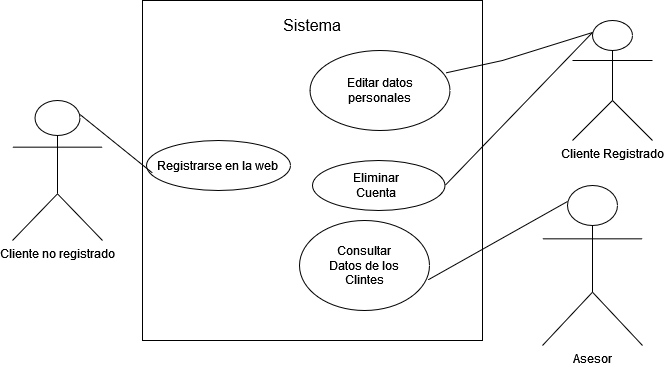
Earlier version of the draw.io export Proyecto en REM/image/CU01-clientes.png (TheNeoStormZ/super-REMORY). Source tidied: cells renumbered, new cells last; positions are measured from the earlier drawing's top-left corner, leaving out a move shared by most shapes.
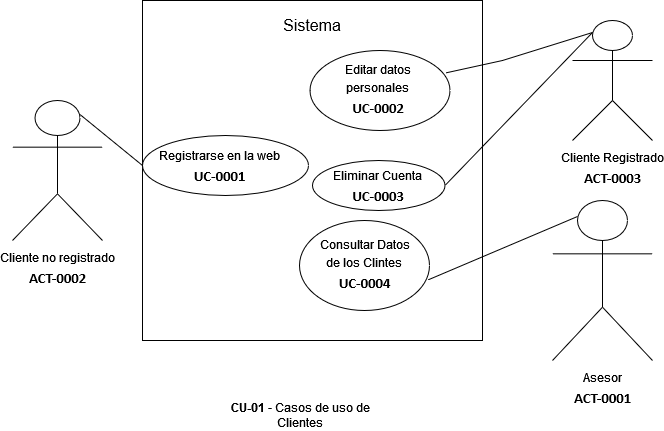
The same file after the commit.

Change to the diagram source:
```diff
@@ -8,54 +8,57 @@
     <mxCell id="3" value="&lt;font style=&quot;font-size: 16px&quot;&gt;Sistema&lt;/font&gt;" style="text;html=1;strokeColor=none;fillColor=none;align=center;verticalAlign=middle;whiteSpace=wrap;rounded=0;" parent="1" vertex="1">
       <mxGeometry x="270" y="10" width="60" height="30" as="geometry" />
     </mxCell>
-    <mxCell id="4" value="Asesor" style="shape=umlActor;verticalLabelPosition=bottom;verticalAlign=top;html=1;outlineConnect=0;" parent="1" vertex="1">
-      <mxGeometry x="530" y="185" width="100" height="160" as="geometry" />
-    </mxCell>
-    <mxCell id="5" value="Cliente no registrado" style="shape=umlActor;verticalLabelPosition=bottom;verticalAlign=top;html=1;outlineConnect=0;" parent="1" vertex="1">
-      <mxGeometry y="100" width="90" height="140" as="geometry" />
-    </mxCell>
-    <mxCell id="6" style="ellipse;whiteSpace=wrap;html=1;" parent="1" vertex="1">
-      <mxGeometry x="134" y="140" width="144" height="50" as="geometry" />
-    </mxCell>
-    <mxCell id="7" value="Registrarse en la web" style="text;html=1;strokeColor=none;fillColor=none;align=center;verticalAlign=middle;whiteSpace=wrap;rounded=0;" parent="1" vertex="1">
-      <mxGeometry x="140" y="150" width="130" height="30" as="geometry" />
-    </mxCell>
+    <mxCell id="19" value="&lt;div&gt;Asesor&lt;span style=&quot;font-size: 11pt ; line-height: 20.5042px ; font-family: &amp;#34;calibri&amp;#34; , &amp;#34;calibri_embeddedfont&amp;#34; , &amp;#34;calibri_msfontservice&amp;#34; , sans-serif ; font-weight: bold&quot; class=&quot;TextRun SCXW108666039 BCX2&quot; lang=&quot;ES-ES&quot;&gt;&lt;span class=&quot;NormalTextRun SCXW108666039 BCX2&quot;&gt;&lt;br&gt;&lt;/span&gt;&lt;/span&gt;&lt;/div&gt;&lt;div&gt;&lt;span style=&quot;font-size: 11pt ; line-height: 20.5042px ; font-family: &amp;#34;calibri&amp;#34; , &amp;#34;calibri_embeddedfont&amp;#34; , &amp;#34;calibri_msfontservice&amp;#34; , sans-serif ; font-weight: bold&quot; class=&quot;TextRun SCXW108666039 BCX2&quot; lang=&quot;ES-ES&quot;&gt;&lt;span class=&quot;NormalTextRun SCXW108666039 BCX2&quot;&gt;ACT-0001&lt;/span&gt;&lt;/span&gt;&lt;span class=&quot;EOP SCXW108666039 BCX2&quot; style=&quot;font-size: 11pt ; line-height: 20.5042px ; font-family: &amp;#34;calibri&amp;#34; , &amp;#34;calibri_embeddedfont&amp;#34; , &amp;#34;calibri_msfontservice&amp;#34; , sans-serif&quot;&gt; &lt;br&gt;&lt;/span&gt;&lt;/div&gt;" style="shape=umlActor;verticalLabelPosition=bottom;verticalAlign=top;html=1;outlineConnect=0;" parent="1" vertex="1">
+      <mxGeometry x="540" y="200" width="100" height="160" as="geometry" />
+    </mxCell>
+    <mxCell id="20" value="&lt;div&gt;Cliente no registrado&lt;span style=&quot;font-size: 11pt ; line-height: 20.5042px ; font-family: &amp;#34;calibri&amp;#34; , &amp;#34;calibri_embeddedfont&amp;#34; , &amp;#34;calibri_msfontservice&amp;#34; , sans-serif ; font-weight: bold&quot; class=&quot;TextRun SCXW150605091 BCX2&quot; lang=&quot;ES-ES&quot;&gt;&lt;span class=&quot;NormalTextRun SCXW150605091 BCX2&quot;&gt;&lt;br&gt;&lt;/span&gt;&lt;/span&gt;&lt;/div&gt;&lt;div&gt;&lt;span style=&quot;font-size: 11pt ; line-height: 20.5042px ; font-family: &amp;#34;calibri&amp;#34; , &amp;#34;calibri_embeddedfont&amp;#34; , &amp;#34;calibri_msfontservice&amp;#34; , sans-serif ; font-weight: bold&quot; class=&quot;TextRun SCXW150605091 BCX2&quot; lang=&quot;ES-ES&quot;&gt;&lt;span class=&quot;NormalTextRun SCXW150605091 BCX2&quot;&gt;ACT-000&lt;/span&gt;&lt;span class=&quot;NormalTextRun SCXW150605091 BCX2&quot;&gt;2&lt;/span&gt;&lt;/span&gt;&lt;span class=&quot;EOP SCXW150605091 BCX2&quot; style=&quot;font-size: 11pt ; line-height: 20.5042px ; font-family: &amp;#34;calibri&amp;#34; , &amp;#34;calibri_embeddedfont&amp;#34; , &amp;#34;calibri_msfontservice&amp;#34; , sans-serif&quot;&gt; &lt;br&gt;&lt;/span&gt;&lt;/div&gt;" style="shape=umlActor;verticalLabelPosition=bottom;verticalAlign=top;html=1;outlineConnect=0;" parent="1" vertex="1">
+      <mxGeometry y="100" width="90" height="140" as="geometry" />
+    </mxCell>
+    <mxCell id="21" style="ellipse;whiteSpace=wrap;html=1;" parent="1" vertex="1">
+      <mxGeometry x="130" y="135" width="166" height="60" as="geometry" />
+    </mxCell>
+    <mxCell id="22" value="&lt;div&gt;Registrarse en la web&lt;span style=&quot;font-size: 11pt ; line-height: 20.5042px ; font-family: &amp;#34;calibri&amp;#34; , &amp;#34;calibri_embeddedfont&amp;#34; , &amp;#34;calibri_msfontservice&amp;#34; , sans-serif ; font-weight: bold&quot; class=&quot;TextRun SCXW149724215 BCX2&quot; lang=&quot;ES-ES&quot;&gt;&lt;span class=&quot;NormalTextRun SCXW149724215 BCX2&quot;&gt;&lt;br&gt;&lt;/span&gt;&lt;/span&gt;&lt;/div&gt;&lt;div&gt;&lt;span style=&quot;font-size: 11pt ; line-height: 20.5042px ; font-family: &amp;#34;calibri&amp;#34; , &amp;#34;calibri_embeddedfont&amp;#34; , &amp;#34;calibri_msfontservice&amp;#34; , sans-serif ; font-weight: bold&quot; class=&quot;TextRun SCXW149724215 BCX2&quot; lang=&quot;ES-ES&quot;&gt;&lt;span class=&quot;NormalTextRun SCXW149724215 BCX2&quot;&gt;UC-0001&lt;/span&gt;&lt;/span&gt;&lt;span class=&quot;EOP SCXW149724215 BCX2&quot; style=&quot;font-size: 11pt ; line-height: 20.5042px ; font-family: &amp;#34;calibri&amp;#34; , &amp;#34;calibri_embeddedfont&amp;#34; , &amp;#34;calibri_msfontservice&amp;#34; , sans-serif&quot;&gt; &lt;br&gt;&lt;/span&gt;&lt;/div&gt;" style="text;html=1;strokeColor=none;fillColor=none;align=center;verticalAlign=middle;whiteSpace=wrap;rounded=0;" parent="1" vertex="1">
+      <mxGeometry x="137" y="152.5" width="141" height="25" as="geometry" />
+    </mxCell>
     <mxCell id="8" style="ellipse;whiteSpace=wrap;html=1;" parent="1" vertex="1">
       <mxGeometry x="287" y="220" width="130" height="90" as="geometry" />
     </mxCell>
-    <mxCell id="9" style="endArrow=none;html=1;rounded=0;entryX=0;entryY=0.75;entryDx=0;entryDy=0;exitX=0.75;exitY=0.1;exitDx=0;exitDy=0;exitPerimeter=0;" parent="1" edge="1" source="5" target="7">
-      <mxGeometry relative="1" as="geometry" />
-    </mxCell>
-    <mxCell id="10" style="endArrow=none;html=1;rounded=0;exitX=0.989;exitY=0.66;exitDx=0;exitDy=0;exitPerimeter=0;entryX=0.25;entryY=0.1;entryDx=0;entryDy=0;entryPerimeter=0;" parent="1" edge="1" source="8" target="4">
-      <mxGeometry relative="1" as="geometry" />
-    </mxCell>
-    <mxCell id="11" value="Consultar Datos de los Clintes" style="text;html=1;strokeColor=none;fillColor=none;align=center;verticalAlign=middle;whiteSpace=wrap;rounded=0;" parent="1" vertex="1">
-      <mxGeometry x="313" y="250" width="78" height="30" as="geometry" />
-    </mxCell>
-    <mxCell id="12" value="Cliente Registrado" style="shape=umlActor;verticalLabelPosition=bottom;verticalAlign=top;html=1;outlineConnect=0;" parent="1" vertex="1">
-      <mxGeometry x="560" y="20" width="80" height="120" as="geometry" />
-    </mxCell>
+    <mxCell id="23" style="endArrow=none;html=1;rounded=0;entryX=0;entryY=0.5;entryDx=0;entryDy=0;exitX=0.75;exitY=0.1;exitDx=0;exitDy=0;exitPerimeter=0;" parent="1" edge="1" source="20" target="21">
+      <mxGeometry relative="1" as="geometry" />
+    </mxCell>
+    <mxCell id="24" style="endArrow=none;html=1;rounded=0;exitX=0.989;exitY=0.66;exitDx=0;exitDy=0;exitPerimeter=0;entryX=0.25;entryY=0.1;entryDx=0;entryDy=0;entryPerimeter=0;" parent="1" edge="1" source="8" target="19">
+      <mxGeometry relative="1" as="geometry" />
+    </mxCell>
+    <mxCell id="25" value="&lt;div&gt;Consultar Datos de los Clintes&lt;span style=&quot;font-size: 11pt ; line-height: 20.5042px ; font-family: &amp;#34;calibri&amp;#34; , &amp;#34;calibri_embeddedfont&amp;#34; , &amp;#34;calibri_msfontservice&amp;#34; , sans-serif ; font-weight: bold&quot; class=&quot;TextRun SCXW30453713 BCX2&quot; lang=&quot;ES-ES&quot;&gt;&lt;span class=&quot;NormalTextRun SCXW30453713 BCX2&quot;&gt;&lt;br&gt;&lt;/span&gt;&lt;/span&gt;&lt;/div&gt;&lt;div&gt;&lt;span style=&quot;font-size: 11pt ; line-height: 20.5042px ; font-family: &amp;#34;calibri&amp;#34; , &amp;#34;calibri_embeddedfont&amp;#34; , &amp;#34;calibri_msfontservice&amp;#34; , sans-serif ; font-weight: bold&quot; class=&quot;TextRun SCXW30453713 BCX2&quot; lang=&quot;ES-ES&quot;&gt;&lt;span class=&quot;NormalTextRun SCXW30453713 BCX2&quot;&gt;UC-000&lt;/span&gt;&lt;span class=&quot;NormalTextRun SCXW30453713 BCX2&quot;&gt;4&lt;/span&gt;&lt;/span&gt;&lt;span class=&quot;EOP SCXW30453713 BCX2&quot; style=&quot;font-size: 11pt ; line-height: 20.5042px ; font-family: &amp;#34;calibri&amp;#34; , &amp;#34;calibri_embeddedfont&amp;#34; , &amp;#34;calibri_msfontservice&amp;#34; , sans-serif&quot;&gt; &lt;/span&gt;&lt;/div&gt;&lt;div&gt;&lt;span class=&quot;EOP SCXW30453713 BCX2&quot; style=&quot;font-size: 11pt ; line-height: 20.5042px ; font-family: &amp;#34;calibri&amp;#34; , &amp;#34;calibri_embeddedfont&amp;#34; , &amp;#34;calibri_msfontservice&amp;#34; , sans-serif&quot;&gt;&lt;/span&gt;&lt;/div&gt;" style="text;html=1;strokeColor=none;fillColor=none;align=center;verticalAlign=middle;whiteSpace=wrap;rounded=0;" parent="1" vertex="1">
+      <mxGeometry x="303.5" y="245" width="97" height="40" as="geometry" />
+    </mxCell>
+    <mxCell id="26" value="&lt;div&gt;Cliente Registrado&lt;span style=&quot;font-size: 11pt ; line-height: 20.5042px ; font-family: &amp;#34;calibri&amp;#34; , &amp;#34;calibri_embeddedfont&amp;#34; , &amp;#34;calibri_msfontservice&amp;#34; , sans-serif ; font-weight: bold&quot; class=&quot;TextRun SCXW131693088 BCX2&quot; lang=&quot;ES-ES&quot;&gt;&lt;span class=&quot;NormalTextRun SCXW131693088 BCX2&quot;&gt;&lt;br&gt;&lt;/span&gt;&lt;/span&gt;&lt;/div&gt;&lt;div&gt;&lt;span style=&quot;font-size: 11pt ; line-height: 20.5042px ; font-family: &amp;#34;calibri&amp;#34; , &amp;#34;calibri_embeddedfont&amp;#34; , &amp;#34;calibri_msfontservice&amp;#34; , sans-serif ; font-weight: bold&quot; class=&quot;TextRun SCXW131693088 BCX2&quot; lang=&quot;ES-ES&quot;&gt;&lt;span class=&quot;NormalTextRun SCXW131693088 BCX2&quot;&gt;ACT-00&lt;/span&gt;&lt;span class=&quot;NormalTextRun SCXW131693088 BCX2&quot;&gt;03&lt;/span&gt;&lt;/span&gt;&lt;span class=&quot;EOP SCXW131693088 BCX2&quot; style=&quot;font-size: 11pt ; line-height: 20.5042px ; font-family: &amp;#34;calibri&amp;#34; , &amp;#34;calibri_embeddedfont&amp;#34; , &amp;#34;calibri_msfontservice&amp;#34; , sans-serif&quot;&gt; &lt;br&gt;&lt;/span&gt;&lt;/div&gt;" style="shape=umlActor;verticalLabelPosition=bottom;verticalAlign=top;html=1;outlineConnect=0;" parent="1" vertex="1">
+      <mxGeometry x="560" y="20" width="80" height="120" as="geometry" />
+    </mxCell>
     <mxCell id="13" style="ellipse;whiteSpace=wrap;html=1;" parent="1" vertex="1">
       <mxGeometry x="297.5" y="50" width="140" height="80" as="geometry" />
     </mxCell>
-    <mxCell id="14" value="&lt;div&gt;Editar datos personales&lt;/div&gt;" style="text;html=1;strokeColor=none;fillColor=none;align=center;verticalAlign=middle;whiteSpace=wrap;rounded=0;" parent="1" vertex="1">
-      <mxGeometry x="320" y="65" width="95" height="50" as="geometry" />
-    </mxCell>
-    <mxCell id="15" style="endArrow=none;html=1;rounded=0;entryX=0.25;entryY=0.1;entryDx=0;entryDy=0;entryPerimeter=0;exitX=0.97;exitY=0.28;exitDx=0;exitDy=0;exitPerimeter=0;" parent="1" edge="1" source="13" target="12">
-      <mxGeometry relative="1" as="geometry">
-        <Array as="points">
-          <mxPoint x="490" y="60" />
-        </Array>
-      </mxGeometry>
-    </mxCell>
+    <mxCell id="27" value="&lt;div&gt;Editar datos personales&lt;span style=&quot;font-size: 11pt ; line-height: 20.5042px ; font-family: &amp;#34;calibri&amp;#34; , &amp;#34;calibri_embeddedfont&amp;#34; , &amp;#34;calibri_msfontservice&amp;#34; , sans-serif ; font-weight: bold&quot; class=&quot;TextRun SCXW127527250 BCX2&quot; lang=&quot;ES-ES&quot;&gt;&lt;span class=&quot;NormalTextRun SCXW127527250 BCX2&quot;&gt;&lt;br&gt;&lt;/span&gt;&lt;/span&gt;&lt;/div&gt;&lt;div&gt;&lt;span style=&quot;font-size: 11pt ; line-height: 20.5042px ; font-family: &amp;#34;calibri&amp;#34; , &amp;#34;calibri_embeddedfont&amp;#34; , &amp;#34;calibri_msfontservice&amp;#34; , sans-serif ; font-weight: bold&quot; class=&quot;TextRun SCXW127527250 BCX2&quot; lang=&quot;ES-ES&quot;&gt;&lt;span class=&quot;NormalTextRun SCXW127527250 BCX2&quot;&gt;UC-000&lt;/span&gt;&lt;span class=&quot;NormalTextRun SCXW127527250 BCX2&quot;&gt;2&lt;/span&gt;&lt;/span&gt;&lt;span class=&quot;EOP SCXW127527250 BCX2&quot; style=&quot;font-size: 11pt ; line-height: 20.5042px ; font-family: &amp;#34;calibri&amp;#34; , &amp;#34;calibri_embeddedfont&amp;#34; , &amp;#34;calibri_msfontservice&amp;#34; , sans-serif&quot;&gt; &lt;br&gt;&lt;/span&gt;&lt;/div&gt;" style="text;html=1;strokeColor=none;fillColor=none;align=center;verticalAlign=middle;whiteSpace=wrap;rounded=0;" parent="1" vertex="1">
+      <mxGeometry x="316.2" y="67.5" width="100" height="45" as="geometry" />
+    </mxCell>
+    <mxCell id="28" style="endArrow=none;html=1;rounded=0;entryX=0.25;entryY=0.1;entryDx=0;entryDy=0;entryPerimeter=0;exitX=0.97;exitY=0.28;exitDx=0;exitDy=0;exitPerimeter=0;" parent="1" edge="1" source="13" target="26">
+      <mxGeometry relative="1" as="geometry">
+        <Array as="points">
+          <mxPoint x="490" y="60" />
+        </Array>
+      </mxGeometry>
+    </mxCell>
+    <mxCell id="29" value="&lt;b&gt;CU-01&lt;/b&gt; - Casos de uso de Clientes" style="text;html=1;strokeColor=none;fillColor=none;align=center;verticalAlign=middle;whiteSpace=wrap;rounded=0;" parent="1" vertex="1">
+      <mxGeometry x="210" y="400" width="156" height="30" as="geometry" />
+    </mxCell>
     <mxCell id="16" style="ellipse;whiteSpace=wrap;html=1;" parent="1" vertex="1">
       <mxGeometry x="300" y="160" width="132.5" height="50" as="geometry" />
     </mxCell>
-    <mxCell id="17" value="Eliminar Cuenta" style="text;html=1;strokeColor=none;fillColor=none;align=center;verticalAlign=middle;whiteSpace=wrap;rounded=0;" parent="1" vertex="1">
-      <mxGeometry x="334.2" y="170" width="60" height="30" as="geometry" />
-    </mxCell>
-    <mxCell id="18" style="endArrow=none;html=1;rounded=0;entryX=0.25;entryY=0.1;entryDx=0;entryDy=0;entryPerimeter=0;exitX=1;exitY=0.5;exitDx=0;exitDy=0;" parent="1" edge="1" source="16" target="12">
-      <mxGeometry relative="1" as="geometry" />
-    </mxCell>
+    <mxCell id="30" value="&lt;div&gt;Eliminar Cuenta&lt;span style=&quot;font-size: 11pt ; line-height: 20.5042px ; font-family: &amp;#34;calibri&amp;#34; , &amp;#34;calibri_embeddedfont&amp;#34; , &amp;#34;calibri_msfontservice&amp;#34; , sans-serif ; font-weight: bold&quot; class=&quot;TextRun SCXW173322151 BCX2&quot; lang=&quot;ES-ES&quot;&gt;&lt;span class=&quot;NormalTextRun SCXW173322151 BCX2&quot;&gt;&lt;br&gt;&lt;/span&gt;&lt;/span&gt;&lt;/div&gt;&lt;div&gt;&lt;span style=&quot;font-size: 11pt ; line-height: 20.5042px ; font-family: &amp;#34;calibri&amp;#34; , &amp;#34;calibri_embeddedfont&amp;#34; , &amp;#34;calibri_msfontservice&amp;#34; , sans-serif ; font-weight: bold&quot; class=&quot;TextRun SCXW173322151 BCX2&quot; lang=&quot;ES-ES&quot;&gt;&lt;span class=&quot;NormalTextRun SCXW173322151 BCX2&quot;&gt;UC-000&lt;/span&gt;&lt;span class=&quot;NormalTextRun SCXW173322151 BCX2&quot;&gt;3&lt;/span&gt;&lt;/span&gt;&lt;span class=&quot;EOP SCXW173322151 BCX2&quot; style=&quot;font-size: 11pt ; line-height: 20.5042px ; font-family: &amp;#34;calibri&amp;#34; , &amp;#34;calibri_embeddedfont&amp;#34; , &amp;#34;calibri_msfontservice&amp;#34; , sans-serif&quot;&gt; &lt;br&gt;&lt;/span&gt;&lt;/div&gt;" style="text;html=1;strokeColor=none;fillColor=none;align=center;verticalAlign=middle;whiteSpace=wrap;rounded=0;" parent="1" vertex="1">
+      <mxGeometry x="308.4" y="170" width="115.8" height="30" as="geometry" />
+    </mxCell>
+    <mxCell id="31" style="endArrow=none;html=1;rounded=0;entryX=0.25;entryY=0.1;entryDx=0;entryDy=0;entryPerimeter=0;exitX=1;exitY=0.5;exitDx=0;exitDy=0;" parent="1" edge="1" source="16" target="26">
+      <mxGeometry relative="1" as="geometry" />
+    </mxCell>
   </root>
 </mxGraphModel>
```
